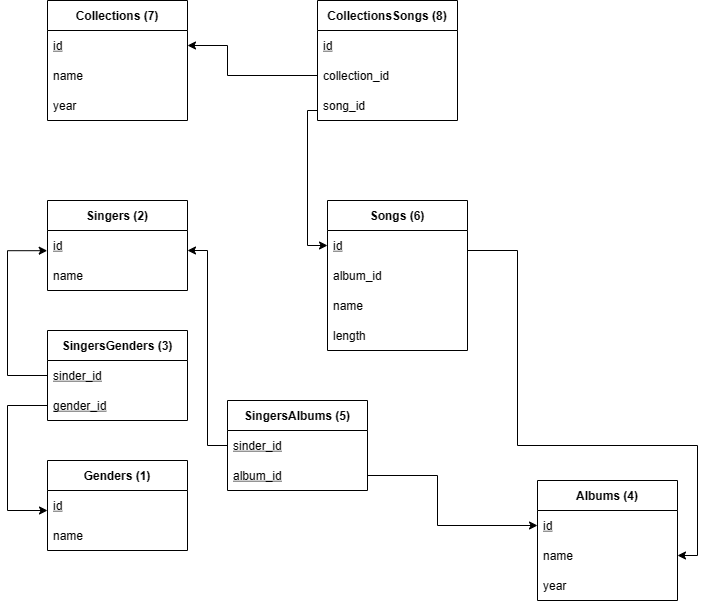
AmiSeverus/PY-files keeps this draw.io diagram as sql/task2/db_schema_new.png. Above is the earlier version. Source tidied: cells renumbered, new cells last; positions are measured from the earlier drawing's top-left corner, leaving out a move shared by most shapes.
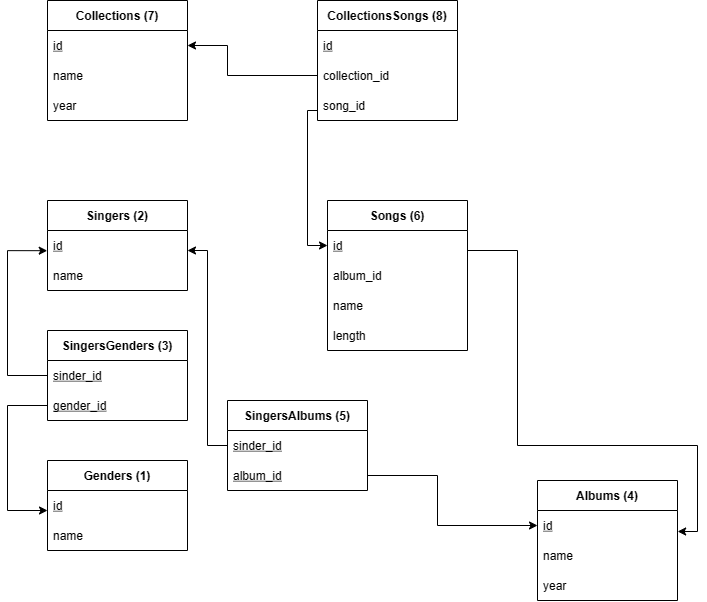
After the commit.

The edit, as a diff of the source:
```diff
@@ -139,14 +139,14 @@
         </Array>
       </mxGeometry>
     </mxCell>
-    <mxCell id="37" style="edgeStyle=orthogonalEdgeStyle;rounded=0;jettySize=auto;html=1;" parent="1" edge="1" source="9">
+    <mxCell id="37" style="edgeStyle=orthogonalEdgeStyle;rounded=0;jettySize=auto;html=1;entryX=1.001;entryY=0.707;entryDx=0;entryDy=0;entryPerimeter=0;" parent="1" edge="1" source="9" target="3">
       <mxGeometry relative="1" as="geometry">
-        <mxPoint x="670" y="555" as="targetPoint" />
         <Array as="points">
           <mxPoint x="510" y="250" />
           <mxPoint x="510" y="445" />
           <mxPoint x="690" y="445" />
-          <mxPoint x="690" y="555" />
+          <mxPoint x="690" y="531" />
+          <mxPoint x="670" y="531" />
         </Array>
       </mxGeometry>
     </mxCell>
```
